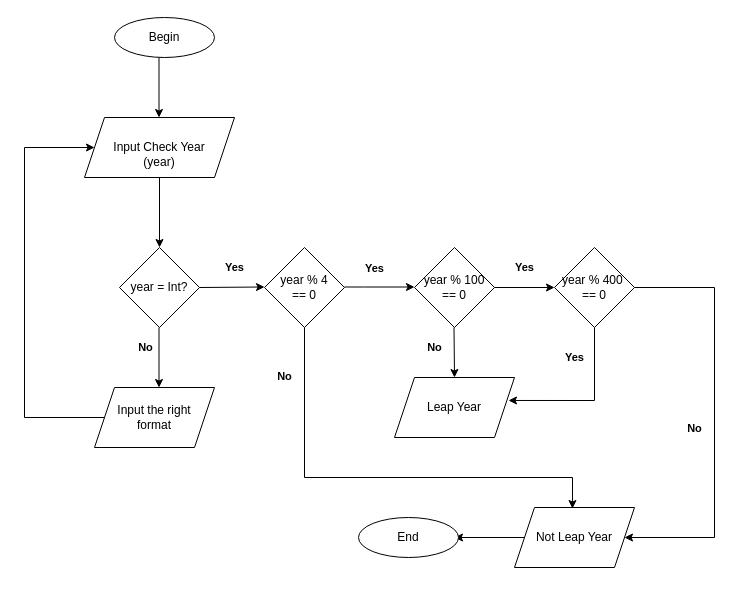
Earlier version of the draw.io diagram Lab 6 -Tuyet Nguyen/Untitled Diagram.drawio (Aloha-una/Aloha-una.github.io). Source tidied: cells renumbered, new cells numbered last; positions are measured from the earlier drawing's top-left corner, leaving out a move shared by most shapes. Both pictures are drawn from the tidied source at 100%, with x=0, y=0 at pixel (24, 17).
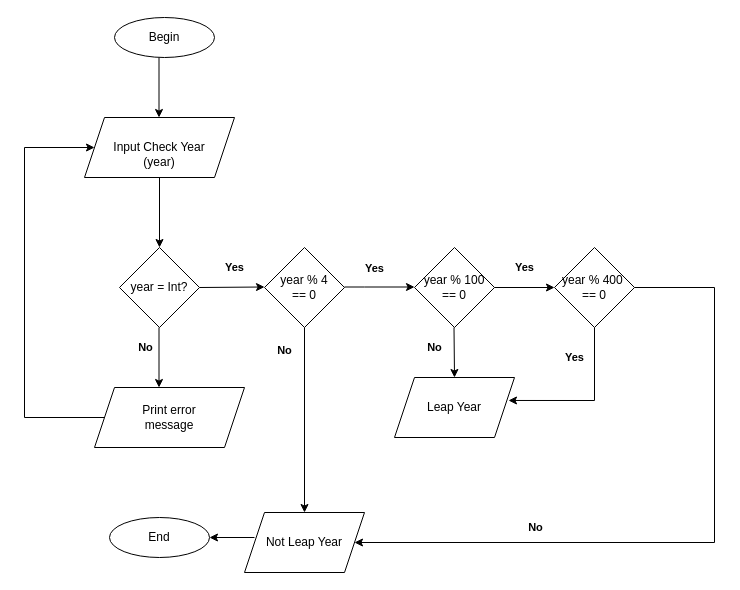
Above is the later version.

Unchanged cells that the change refers to:
```xml
<mxCell id="6" value="year % 4&lt;br&gt;== 0" style="rhombus;whiteSpace=wrap;html=1;" parent="1" vertex="1">
  <mxGeometry x="240" y="230" width="80" height="80" as="geometry" />
</mxCell>
```

What changed in the source:
```diff
@@
-    <mxCell id="15" value="Input the right &lt;br&gt;format" style="shape=parallelogram;perimeter=parallelogramPerimeter;whiteSpace=wrap;html=1;fixedSize=1;" parent="1" vertex="1">
-      <mxGeometry x="70" y="370" width="120" height="60" as="geometry" />
+    <mxCell id="15" value="Print error&lt;br&gt;message" style="shape=parallelogram;perimeter=parallelogramPerimeter;whiteSpace=wrap;html=1;fixedSize=1;" parent="1" vertex="1">
+      <mxGeometry x="70" y="370" width="150" height="60" as="geometry" />
     </mxCell>
@@
     <mxCell id="18" value="No" style="endArrow=classic;html=1;rounded=0;fontStyle=1;" parent="1" edge="1" target="19">
-      <mxGeometry x="0.05" y="-20" relative="1" as="geometry">
+      <mxGeometry x="0.48" y="-15" relative="1" as="geometry">
         <mxPoint x="610" y="270" as="sourcePoint" />
         <Array as="points">
           <mxPoint x="690" y="270" />
-          <mxPoint x="690" y="520" />
+          <mxPoint x="690" y="525" />
         </Array>
       </mxGeometry>
     </mxCell>
     <mxCell id="19" value="Not Leap Year" style="shape=parallelogram;perimeter=parallelogramPerimeter;whiteSpace=wrap;html=1;fixedSize=1;" parent="1" vertex="1">
-      <mxGeometry x="490" y="490" width="120" height="60" as="geometry" />
+      <mxGeometry x="220" y="495" width="120" height="60" as="geometry" />
     </mxCell>
-    <mxCell id="20" style="endArrow=classic;html=1;rounded=0;" parent="1" edge="1" source="19">
+    <mxCell id="20" style="endArrow=classic;html=1;rounded=0;entryX=1;entryY=0.5;entryDx=0;entryDy=0;" parent="1" edge="1" target="21">
       <mxGeometry relative="1" as="geometry">
-        <mxPoint x="430" y="520" as="targetPoint" />
+        <mxPoint x="230" y="520" as="sourcePoint" />
       </mxGeometry>
     </mxCell>
     <mxCell id="21" value="End" style="ellipse;whiteSpace=wrap;html=1;" parent="1" vertex="1">
-      <mxGeometry x="334" y="500" width="100" height="40" as="geometry" />
+      <mxGeometry x="85" y="500" width="100" height="40" as="geometry" />
     </mxCell>
@@
-    <mxCell id="23" value="No" style="endArrow=classic;html=1;rounded=0;exitX=0.5;exitY=1;exitDx=0;exitDy=0;entryX=0.483;entryY=0.017;entryDx=0;entryDy=0;entryPerimeter=0;fontStyle=1;" parent="1" edge="1" source="6" target="19">
+    <mxCell id="23" value="No" style="endArrow=classic;html=1;rounded=0;exitX=0.5;exitY=1;exitDx=0;exitDy=0;entryX=0.5;entryY=0;entryDx=0;entryDy=0;fontStyle=1;" parent="1" edge="1" source="6" target="19">
       <mxGeometry x="-0.78" y="-20" relative="1" as="geometry">
         <Array as="points">
           <mxPoint x="280" y="460" />
-          <mxPoint x="548" y="460" />
+          <mxPoint x="280" y="450" />
         </Array>
       </mxGeometry>
     </mxCell>
```
